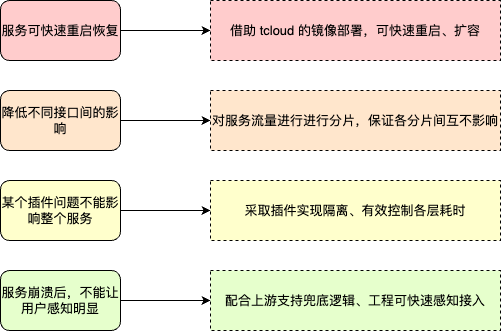
Above: work-draw-file/标签高稳定性.png in liujunao/draw-data (draw.io), before the change. Source tidied: cells renumbered, new cells last; positions are measured from the earlier drawing's top-left corner, leaving out a move shared by most shapes.
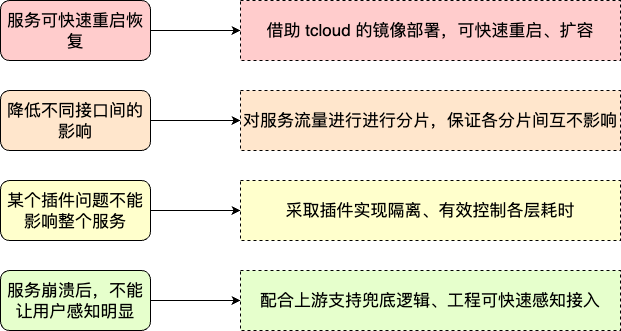
Above is the later version.

Commit message:
更新标签高稳定性.png

The edit, as a diff of the source:
```diff
@@ -5,38 +5,38 @@
     <mxCell id="2" style="edgeStyle=orthogonalEdgeStyle;rounded=0;jettySize=auto;html=1;exitX=1;exitY=0.5;exitDx=0;exitDy=0;entryX=0;entryY=0.5;entryDx=0;entryDy=0;" parent="1" edge="1" source="3" target="10">
       <mxGeometry relative="1" as="geometry" />
     </mxCell>
-    <mxCell id="3" value="服务可快速重启恢复" style="rounded=1;whiteSpace=wrap;html=1;fillColor=#FFCCCC;" parent="1" vertex="1">
-      <mxGeometry width="120" height="60" as="geometry" />
+    <mxCell id="3" value="&lt;font style=&quot;font-size: 17px;&quot;&gt;服务可快速重启恢复&lt;/font&gt;" style="rounded=1;whiteSpace=wrap;html=1;fillColor=#FFCCCC;" parent="1" vertex="1">
+      <mxGeometry x="-30" width="150" height="60" as="geometry" />
     </mxCell>
     <mxCell id="4" style="edgeStyle=orthogonalEdgeStyle;rounded=0;jettySize=auto;html=1;exitX=1;exitY=0.5;exitDx=0;exitDy=0;" parent="1" edge="1" source="5" target="11">
       <mxGeometry relative="1" as="geometry" />
     </mxCell>
-    <mxCell id="5" value="降低不同接口间的影响" style="rounded=1;whiteSpace=wrap;html=1;fillColor=#FFE6CC;" parent="1" vertex="1">
-      <mxGeometry y="90" width="120" height="60" as="geometry" />
+    <mxCell id="5" value="&lt;font style=&quot;font-size: 17px;&quot;&gt;降低不同接口间的影响&lt;/font&gt;" style="rounded=1;whiteSpace=wrap;html=1;fillColor=#FFE6CC;" parent="1" vertex="1">
+      <mxGeometry x="-30" y="90" width="150" height="60" as="geometry" />
     </mxCell>
     <mxCell id="6" style="edgeStyle=orthogonalEdgeStyle;rounded=0;jettySize=auto;html=1;exitX=1;exitY=0.5;exitDx=0;exitDy=0;entryX=0;entryY=0.5;entryDx=0;entryDy=0;" parent="1" edge="1" source="7" target="12">
       <mxGeometry relative="1" as="geometry" />
     </mxCell>
-    <mxCell id="7" value="某个插件问题不能影响整个服务" style="rounded=1;whiteSpace=wrap;html=1;fillColor=#FFFFCC;" parent="1" vertex="1">
-      <mxGeometry y="180" width="120" height="60" as="geometry" />
+    <mxCell id="7" value="&lt;font style=&quot;font-size: 17px;&quot;&gt;某个插件问题不能影响整个服务&lt;/font&gt;" style="rounded=1;whiteSpace=wrap;html=1;fillColor=#FFFFCC;" parent="1" vertex="1">
+      <mxGeometry x="-30" y="180" width="150" height="60" as="geometry" />
     </mxCell>
     <mxCell id="8" style="edgeStyle=orthogonalEdgeStyle;rounded=0;jettySize=auto;html=1;exitX=1;exitY=0.5;exitDx=0;exitDy=0;" parent="1" edge="1" source="9" target="13">
       <mxGeometry relative="1" as="geometry" />
     </mxCell>
-    <mxCell id="9" value="服务崩溃后，不能让用户感知明显" style="rounded=1;whiteSpace=wrap;html=1;fillColor=#E6FFCC;" parent="1" vertex="1">
-      <mxGeometry y="270" width="120" height="60" as="geometry" />
+    <mxCell id="9" value="&lt;font style=&quot;font-size: 17px;&quot;&gt;服务崩溃后，不能让用户感知明显&lt;/font&gt;" style="rounded=1;whiteSpace=wrap;html=1;fillColor=#E6FFCC;" parent="1" vertex="1">
+      <mxGeometry x="-30" y="270" width="150" height="60" as="geometry" />
     </mxCell>
-    <mxCell id="10" value="借助 tcloud 的镜像部署，可快速重启、扩容" style="rounded=0;whiteSpace=wrap;html=1;dashed=1;fillColor=#FFCCCC;" parent="1" vertex="1">
-      <mxGeometry x="210" width="290" height="60" as="geometry" />
+    <mxCell id="10" value="&lt;font style=&quot;font-size: 17px;&quot;&gt;借助 tcloud 的镜像部署，可快速重启、扩容&lt;/font&gt;" style="rounded=0;whiteSpace=wrap;html=1;dashed=1;fillColor=#FFCCCC;" parent="1" vertex="1">
+      <mxGeometry x="210" width="380" height="60" as="geometry" />
     </mxCell>
-    <mxCell id="11" value="对服务流量进行进行分片，保证各分片间互不影响" style="rounded=0;whiteSpace=wrap;html=1;dashed=1;fillColor=#FFE6CC;" parent="1" vertex="1">
-      <mxGeometry x="210" y="90" width="290" height="60" as="geometry" />
+    <mxCell id="11" value="&lt;font style=&quot;font-size: 17px;&quot;&gt;对服务流量进行进行分片，保证各分片间互不影响&lt;/font&gt;" style="rounded=0;whiteSpace=wrap;html=1;dashed=1;fillColor=#FFE6CC;" parent="1" vertex="1">
+      <mxGeometry x="210" y="90" width="380" height="60" as="geometry" />
     </mxCell>
-    <mxCell id="12" value="采取插件实现隔离、有效控制各层耗时" style="rounded=0;whiteSpace=wrap;html=1;dashed=1;fillColor=#FFFFCC;" parent="1" vertex="1">
-      <mxGeometry x="210" y="180" width="290" height="60" as="geometry" />
+    <mxCell id="12" value="&lt;font style=&quot;font-size: 17px;&quot;&gt;采取插件实现隔离、有效控制各层耗时&lt;/font&gt;" style="rounded=0;whiteSpace=wrap;html=1;dashed=1;fillColor=#FFFFCC;" parent="1" vertex="1">
+      <mxGeometry x="210" y="180" width="380" height="60" as="geometry" />
     </mxCell>
-    <mxCell id="13" value="配合上游支持兜底逻辑、工程可快速感知接入" style="rounded=0;whiteSpace=wrap;html=1;dashed=1;fillColor=#E6FFCC;" parent="1" vertex="1">
-      <mxGeometry x="210" y="270" width="290" height="60" as="geometry" />
+    <mxCell id="13" value="&lt;font style=&quot;font-size: 17px;&quot;&gt;配合上游支持兜底逻辑、工程可快速感知接入&lt;/font&gt;" style="rounded=0;whiteSpace=wrap;html=1;dashed=1;fillColor=#E6FFCC;" parent="1" vertex="1">
+      <mxGeometry x="210" y="270" width="380" height="60" as="geometry" />
     </mxCell>
   </root>
 </mxGraphModel>
```
